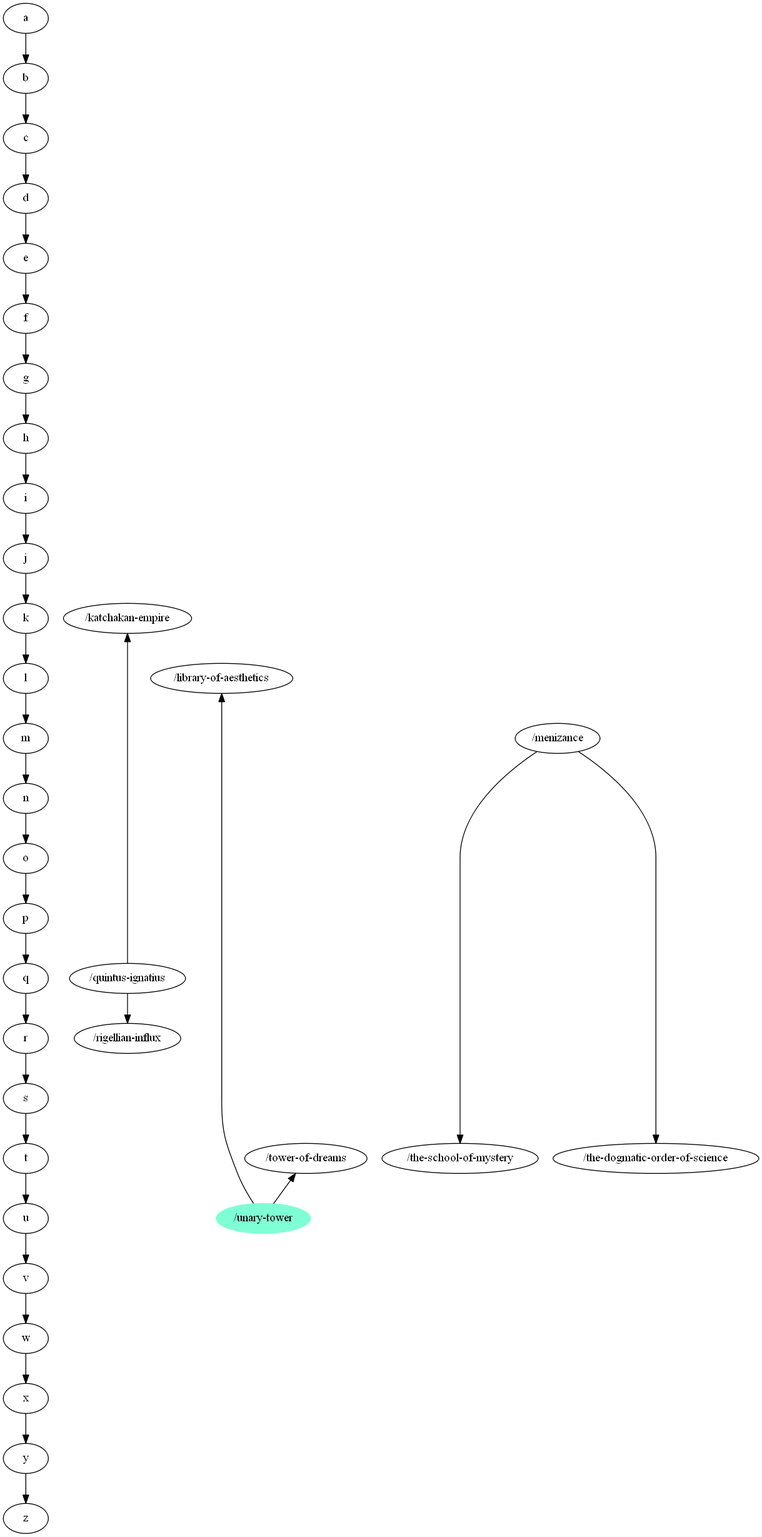
Earlier version of the Graphviz export at-ranked.png (m-r-hunt/od117-walker). Its source is kept beside it as at-ranked.dot. Its diagram source:
```dot
digraph G {
a->b->c->d->e->f->g->h->i->j->k->l->m->n->o->p->q->r->s->t->u->v->w->x->y->z;
{ rank=same;
a;
}
{ rank=same;
b;
}
{ rank=same;
c;
}
{ rank=same;
d;
}
{ rank=same;
e;
}
{ rank=same;
f;
}
{ rank=same;
g;
}
{ rank=same;
h;
}
{ rank=same;
i;
}
{ rank=same;
j;
}
{ rank=same;
k;
"/katchakan-empire";
}
{ rank=same;
l;
"/library-of-aesthetics";
}
{ rank=same;
m;
"/menizance";
}
{ rank=same;
n;
}
{ rank=same;
o;
}
{ rank=same;
p;
}
{ rank=same;
q;
"/quintus-ignatius";
}
{ rank=same;
r;
"/rigellian-influx";
}
{ rank=same;
s;
}
{ rank=same;
t;
"/tower-of-dreams";
"/the-school-of-mystery";
"/the-dogmatic-order-of-science";
}
{ rank=same;
u;
"/unary-tower" [color=aquamarine,style=filled];
}
{ rank=same;
v;
}
{ rank=same;
w;
}
{ rank=same;
x;
}
{ rank=same;
y;
}
{ rank=same;
z;
}
"/unary-tower" -> "/tower-of-dreams";
"/unary-tower" -> "/library-of-aesthetics";
"/quintus-ignatius" -> "/rigellian-influx";
"/quintus-ignatius" -> "/katchakan-empire";
"/menizance" -> "/the-school-of-mystery";
"/menizance" -> "/the-dogmatic-order-of-science";
}
```
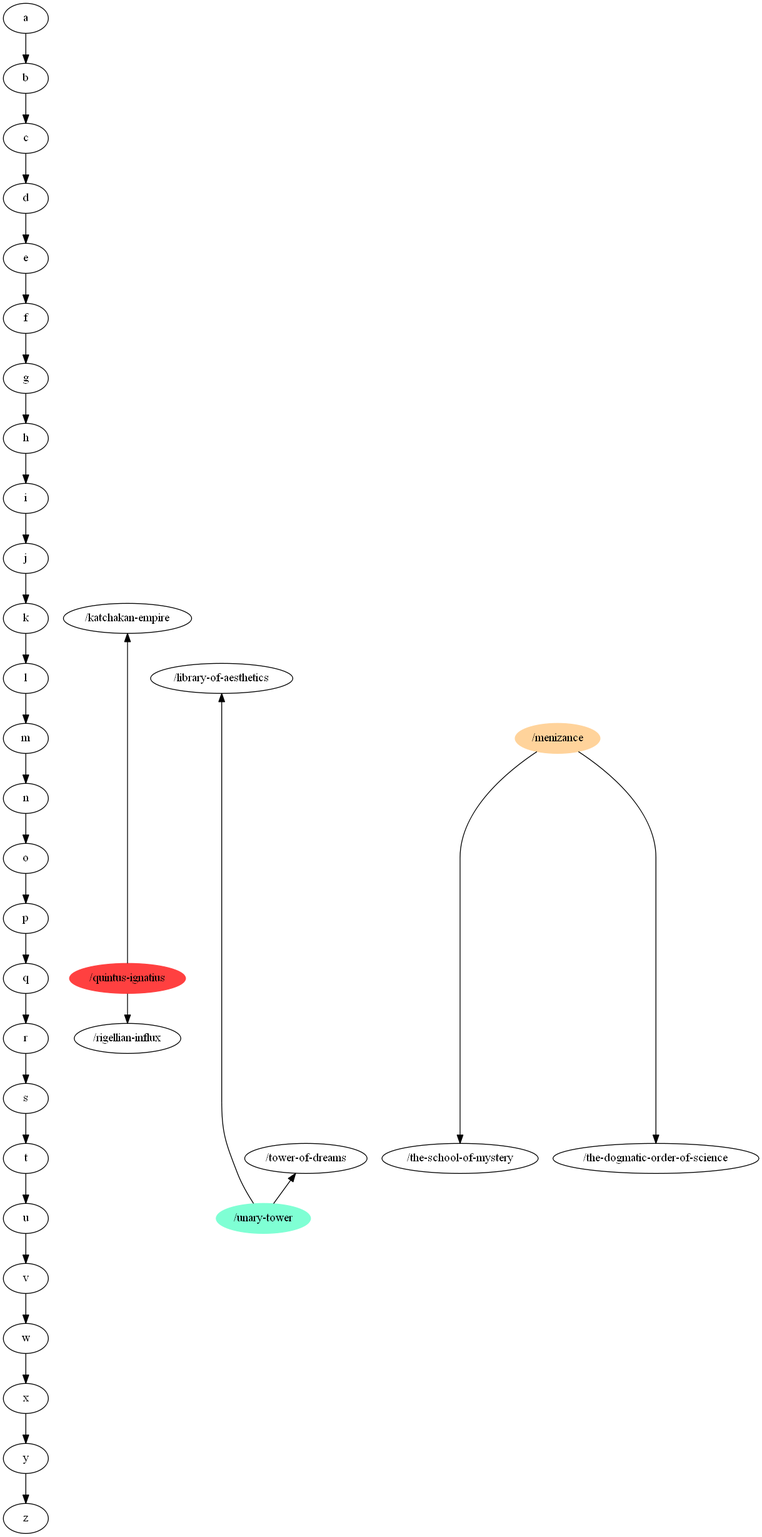
The same diagram one commit later.

Diff of the diagram source:
```diff
@@ -40,7 +40,7 @@
 }
 { rank=same;
 m;
-"/menizance";
+"/menizance" [color=burlywood1,style=filled];
 }
 { rank=same;
 n;
@@ -53,7 +53,7 @@
 }
 { rank=same;
 q;
-"/quintus-ignatius";
+"/quintus-ignatius" [color=brown1,style=filled];
 }
 { rank=same;
 r;
```
